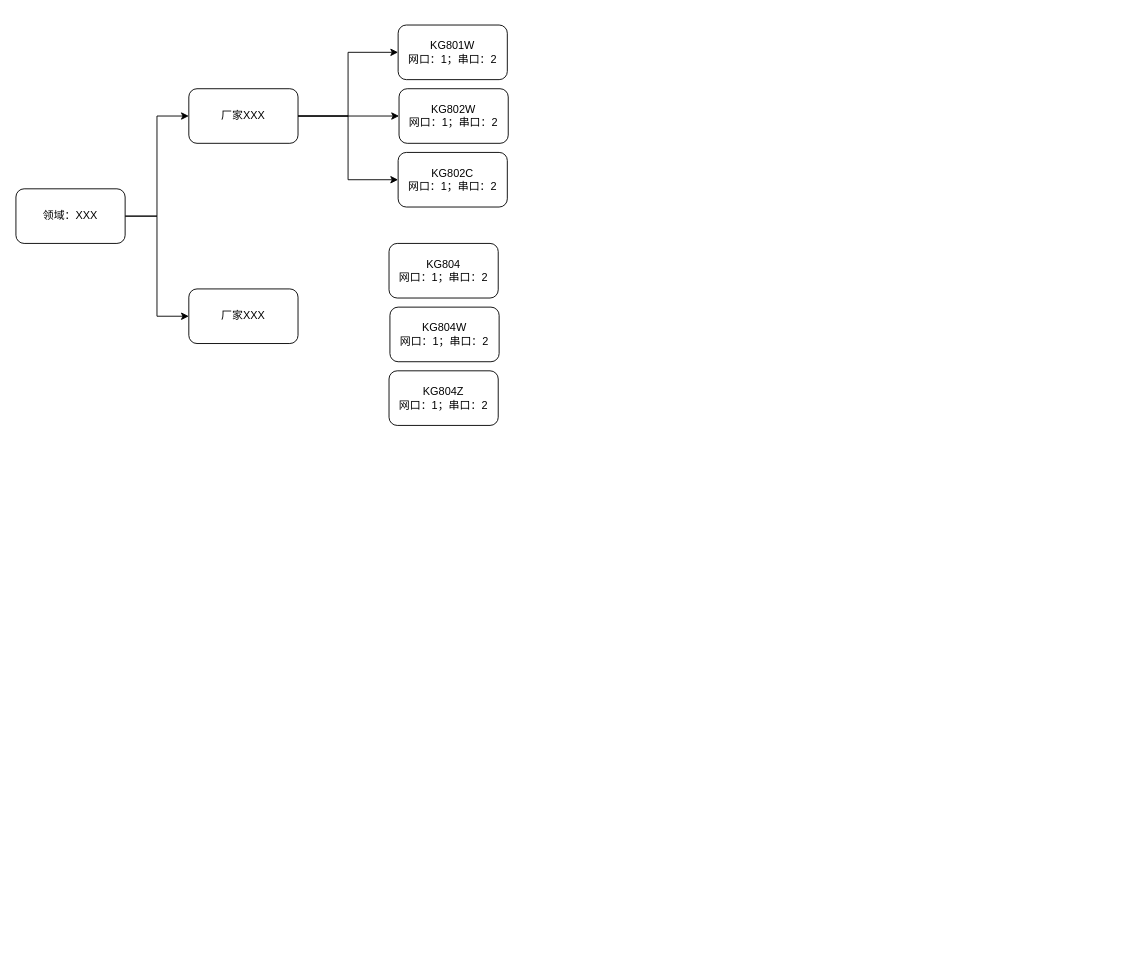
Above: 协议列表.drawio in foreverfirst/draw (draw.io), before the change. Source tidied: cells renumbered, new cells numbered last; positions are measured from the earlier drawing's top-left corner, leaving out a move shared by most shapes. Both pictures are drawn from the tidied source at 91%, with x=0, y=0 at pixel (15, 25).
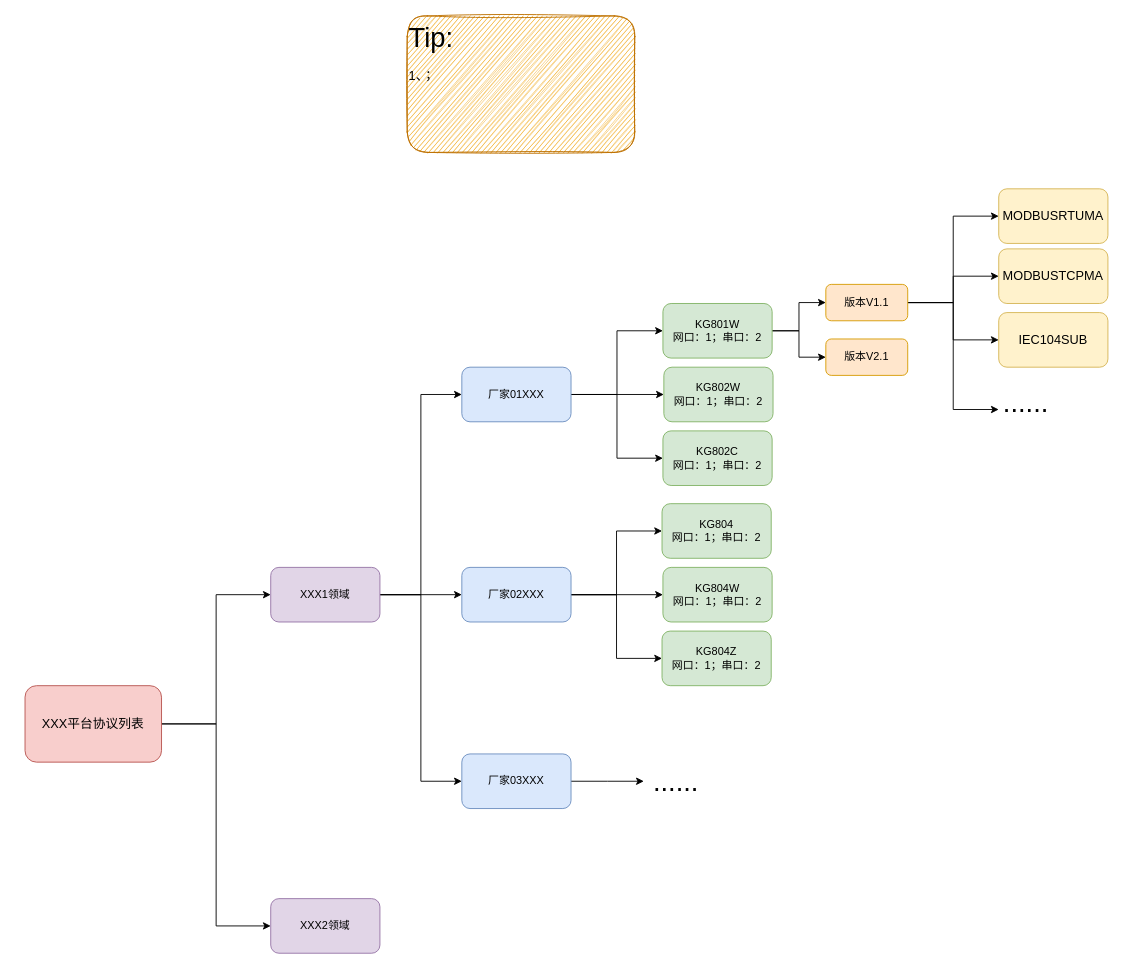
Above is the later version.

Commit message (it also covers changes not shown here):
更新协议列表.drawio

Diff of the diagram source:
```diff
@@
-    <mxCell id="5" value="厂家XXX" style="rounded=1;whiteSpace=wrap;html=1;" parent="1" vertex="1">
-      <mxGeometry x="190" y="70" width="120" height="60" as="geometry" />
+    <mxCell id="5" value="厂家01XXX" style="rounded=1;whiteSpace=wrap;html=1;fillColor=#dae8fc;strokeColor=#6c8ebf;" parent="1" vertex="1">
+      <mxGeometry x="490" y="376" width="120" height="60" as="geometry" />
     </mxCell>
@@
+    <mxCell id="17" style="edgeStyle=orthogonalEdgeStyle;rounded=0;jettySize=auto;html=1;exitX=1;exitY=0.5;exitDx=0;exitDy=0;entryX=0;entryY=0.5;entryDx=0;entryDy=0;" parent="1" edge="1" source="8" target="24">
+      <mxGeometry relative="1" as="geometry" />
+    </mxCell>
-    <mxCell id="8" value="领域：XXX" style="rounded=1;whiteSpace=wrap;html=1;" parent="1" vertex="1">
-      <mxGeometry y="180" width="120" height="60" as="geometry" />
+    <mxCell id="8" value="XXX1领域" style="rounded=1;whiteSpace=wrap;html=1;fillColor=#e1d5e7;strokeColor=#9673a6;" parent="1" vertex="1">
+      <mxGeometry x="280" y="596" width="120" height="60" as="geometry" />
     </mxCell>
+    <mxCell id="18" style="edgeStyle=orthogonalEdgeStyle;rounded=0;jettySize=auto;html=1;exitX=1;exitY=0.5;exitDx=0;exitDy=0;entryX=0;entryY=0.5;entryDx=0;entryDy=0;" parent="1" edge="1" source="9" target="14">
+      <mxGeometry relative="1" as="geometry" />
+    </mxCell>
+    <mxCell id="19" style="edgeStyle=orthogonalEdgeStyle;rounded=0;jettySize=auto;html=1;exitX=1;exitY=0.5;exitDx=0;exitDy=0;entryX=0;entryY=0.5;entryDx=0;entryDy=0;" parent="1" edge="1" source="9" target="15">
+      <mxGeometry relative="1" as="geometry" />
+    </mxCell>
+    <mxCell id="20" style="edgeStyle=orthogonalEdgeStyle;rounded=0;jettySize=auto;html=1;exitX=1;exitY=0.5;exitDx=0;exitDy=0;entryX=0;entryY=0.5;entryDx=0;entryDy=0;" parent="1" edge="1" source="9" target="16">
+      <mxGeometry relative="1" as="geometry" />
+    </mxCell>
-    <mxCell id="9" value="厂家XXX" style="rounded=1;whiteSpace=wrap;html=1;" parent="1" vertex="1">
-      <mxGeometry x="190" y="290" width="120" height="60" as="geometry" />
+    <mxCell id="9" value="厂家02XXX" style="rounded=1;whiteSpace=wrap;html=1;fillColor=#dae8fc;strokeColor=#6c8ebf;" parent="1" vertex="1">
+      <mxGeometry x="490" y="596" width="120" height="60" as="geometry" />
     </mxCell>
+    <mxCell id="21" style="edgeStyle=orthogonalEdgeStyle;rounded=0;jettySize=auto;html=1;exitX=1;exitY=0.5;exitDx=0;exitDy=0;entryX=0;entryY=0.5;entryDx=0;entryDy=0;fontSize=30;" parent="1" edge="1" source="10" target="34">
+      <mxGeometry relative="1" as="geometry" />
+    </mxCell>
+    <mxCell id="22" style="edgeStyle=orthogonalEdgeStyle;rounded=0;jettySize=auto;html=1;exitX=1;exitY=0.5;exitDx=0;exitDy=0;entryX=0;entryY=0.5;entryDx=0;entryDy=0;fontSize=30;" parent="1" edge="1" source="10" target="35">
+      <mxGeometry relative="1" as="geometry" />
+    </mxCell>
-    <mxCell id="10" value="KG801W&lt;br&gt;网口：1；串口：2" style="rounded=1;whiteSpace=wrap;html=1;" parent="1" vertex="1">
-      <mxGeometry x="420" width="120" height="60" as="geometry" />
+    <mxCell id="10" value="KG801W&lt;br&gt;网口：1；串口：2" style="rounded=1;whiteSpace=wrap;html=1;fillColor=#d5e8d4;strokeColor=#82b366;" parent="1" vertex="1">
+      <mxGeometry x="711" y="306" width="120" height="60" as="geometry" />
     </mxCell>
-    <mxCell id="11" value="&lt;span style=&quot;text-align: left;&quot;&gt;KG802W&lt;br&gt;&lt;/span&gt;网口：1；串口：2&lt;span style=&quot;text-align: left;&quot;&gt;&lt;br&gt;&lt;/span&gt;" style="rounded=1;whiteSpace=wrap;html=1;" parent="1" vertex="1">
-      <mxGeometry x="421" y="70" width="120" height="60" as="geometry" />
+    <mxCell id="11" value="&lt;span style=&quot;text-align: left;&quot;&gt;KG802W&lt;br&gt;&lt;/span&gt;网口：1；串口：2&lt;span style=&quot;text-align: left;&quot;&gt;&lt;br&gt;&lt;/span&gt;" style="rounded=1;whiteSpace=wrap;html=1;fillColor=#d5e8d4;strokeColor=#82b366;" parent="1" vertex="1">
+      <mxGeometry x="712" y="376" width="120" height="60" as="geometry" />
     </mxCell>
-    <mxCell id="12" value="&lt;div style=&quot;&quot;&gt;&lt;span style=&quot;background-color: initial;&quot;&gt;KG802C&lt;/span&gt;&lt;/div&gt;&lt;div style=&quot;&quot;&gt;&lt;span style=&quot;&quot;&gt;网口：1；串口：2&lt;/span&gt;&lt;span style=&quot;background-color: initial;&quot;&gt;&lt;br&gt;&lt;/span&gt;&lt;/div&gt;" style="rounded=1;whiteSpace=wrap;html=1;" parent="1" vertex="1">
-      <mxGeometry x="420" y="140" width="120" height="60" as="geometry" />
+    <mxCell id="12" value="&lt;div style=&quot;&quot;&gt;&lt;span style=&quot;background-color: initial;&quot;&gt;KG802C&lt;/span&gt;&lt;/div&gt;&lt;div style=&quot;&quot;&gt;&lt;span style=&quot;&quot;&gt;网口：1；串口：2&lt;/span&gt;&lt;span style=&quot;background-color: initial;&quot;&gt;&lt;br&gt;&lt;/span&gt;&lt;/div&gt;" style="rounded=1;whiteSpace=wrap;html=1;fillColor=#d5e8d4;strokeColor=#82b366;" parent="1" vertex="1">
+      <mxGeometry x="711" y="446" width="120" height="60" as="geometry" />
     </mxCell>
-    <mxCell id="13" value="&lt;br&gt;&lt;br&gt;" style="text;whiteSpace=wrap;html=1;" parent="1" vertex="1">
-      <mxGeometry x="520" y="460" width="80" height="70" as="geometry" />
-    </mxCell>
-    <mxCell id="14" value="&lt;span style=&quot;text-align: left;&quot;&gt;KG804&lt;/span&gt;&lt;br&gt;网口：1；串口：2" style="rounded=1;whiteSpace=wrap;html=1;" parent="1" vertex="1">
-      <mxGeometry x="410" y="240" width="120" height="60" as="geometry" />
+    <mxCell id="14" value="&lt;span style=&quot;text-align: left;&quot;&gt;KG804&lt;/span&gt;&lt;br&gt;网口：1；串口：2" style="rounded=1;whiteSpace=wrap;html=1;fillColor=#d5e8d4;strokeColor=#82b366;" parent="1" vertex="1">
+      <mxGeometry x="710" y="526" width="120" height="60" as="geometry" />
     </mxCell>
-    <mxCell id="15" value="&lt;span style=&quot;text-align: left;&quot;&gt;KG804W&lt;/span&gt;&lt;span style=&quot;text-align: left;&quot;&gt;&lt;br&gt;&lt;/span&gt;网口：1；串口：2&lt;span style=&quot;text-align: left;&quot;&gt;&lt;br&gt;&lt;/span&gt;" style="rounded=1;whiteSpace=wrap;html=1;" parent="1" vertex="1">
-      <mxGeometry x="411" y="310" width="120" height="60" as="geometry" />
+    <mxCell id="15" value="&lt;span style=&quot;text-align: left;&quot;&gt;KG804W&lt;/span&gt;&lt;span style=&quot;text-align: left;&quot;&gt;&lt;br&gt;&lt;/span&gt;网口：1；串口：2&lt;span style=&quot;text-align: left;&quot;&gt;&lt;br&gt;&lt;/span&gt;" style="rounded=1;whiteSpace=wrap;html=1;fillColor=#d5e8d4;strokeColor=#82b366;" parent="1" vertex="1">
+      <mxGeometry x="711" y="596" width="120" height="60" as="geometry" />
     </mxCell>
-    <mxCell id="16" value="&lt;div style=&quot;&quot;&gt;&lt;span style=&quot;text-align: left;&quot;&gt;KG804Z&lt;/span&gt;&lt;br&gt;&lt;/div&gt;&lt;div style=&quot;&quot;&gt;&lt;span style=&quot;&quot;&gt;网口：1；串口：2&lt;/span&gt;&lt;span style=&quot;background-color: initial;&quot;&gt;&lt;br&gt;&lt;/span&gt;&lt;/div&gt;" style="rounded=1;whiteSpace=wrap;html=1;" parent="1" vertex="1">
-      <mxGeometry x="410" y="380" width="120" height="60" as="geometry" />
+    <mxCell id="16" value="&lt;div style=&quot;&quot;&gt;&lt;span style=&quot;text-align: left;&quot;&gt;KG804Z&lt;/span&gt;&lt;br&gt;&lt;/div&gt;&lt;div style=&quot;&quot;&gt;&lt;span style=&quot;&quot;&gt;网口：1；串口：2&lt;/span&gt;&lt;span style=&quot;background-color: initial;&quot;&gt;&lt;br&gt;&lt;/span&gt;&lt;/div&gt;" style="rounded=1;whiteSpace=wrap;html=1;fillColor=#d5e8d4;strokeColor=#82b366;" parent="1" vertex="1">
+      <mxGeometry x="710" y="666" width="120" height="60" as="geometry" />
     </mxCell>
+    <mxCell id="23" style="edgeStyle=orthogonalEdgeStyle;rounded=0;jettySize=auto;html=1;" parent="1" edge="1" source="24">
+      <mxGeometry relative="1" as="geometry">
+        <mxPoint x="690" y="831" as="targetPoint" />
+      </mxGeometry>
+    </mxCell>
+    <mxCell id="24" value="厂家03XXX" style="rounded=1;whiteSpace=wrap;html=1;fillColor=#dae8fc;strokeColor=#6c8ebf;" parent="1" vertex="1">
+      <mxGeometry x="490" y="801" width="120" height="60" as="geometry" />
+    </mxCell>
+    <mxCell id="25" value="......" style="text;html=1;align=center;verticalAlign=middle;strokeColor=none;fillColor=none;fontSize=30;" parent="1" vertex="1">
+      <mxGeometry x="690" y="806" width="70" height="50" as="geometry" />
+    </mxCell>
+    <mxCell id="26" style="edgeStyle=orthogonalEdgeStyle;rounded=0;jettySize=auto;html=1;exitX=1;exitY=0.5;exitDx=0;exitDy=0;entryX=0;entryY=0.5;entryDx=0;entryDy=0;fontSize=14;" parent="1" edge="1" source="34" target="30">
+      <mxGeometry relative="1" as="geometry" />
+    </mxCell>
+    <mxCell id="27" style="edgeStyle=orthogonalEdgeStyle;rounded=0;jettySize=auto;html=1;exitX=1;exitY=0.5;exitDx=0;exitDy=0;entryX=0;entryY=0.5;entryDx=0;entryDy=0;fontSize=14;" parent="1" edge="1" source="34" target="31">
+      <mxGeometry relative="1" as="geometry" />
+    </mxCell>
+    <mxCell id="28" style="edgeStyle=orthogonalEdgeStyle;rounded=0;jettySize=auto;html=1;exitX=1;exitY=0.5;exitDx=0;exitDy=0;entryX=0;entryY=0.5;entryDx=0;entryDy=0;fontSize=14;" parent="1" edge="1" source="34" target="32">
+      <mxGeometry relative="1" as="geometry" />
+    </mxCell>
+    <mxCell id="29" style="edgeStyle=orthogonalEdgeStyle;rounded=0;jettySize=auto;html=1;exitX=1;exitY=0.5;exitDx=0;exitDy=0;entryX=0;entryY=0.75;entryDx=0;entryDy=0;fontSize=14;" parent="1" edge="1" source="34" target="33">
+      <mxGeometry relative="1" as="geometry" />
+    </mxCell>
+    <mxCell id="30" value="MODBUSRTUMA" style="rounded=1;whiteSpace=wrap;html=1;fontSize=14;fillColor=#fff2cc;strokeColor=#d6b656;" parent="1" vertex="1">
+      <mxGeometry x="1080" y="180" width="120" height="60" as="geometry" />
+    </mxCell>
+    <mxCell id="31" value="MODBUSTCPMA" style="rounded=1;whiteSpace=wrap;html=1;fontSize=14;fillColor=#fff2cc;strokeColor=#d6b656;" parent="1" vertex="1">
+      <mxGeometry x="1080" y="246" width="120" height="60" as="geometry" />
+    </mxCell>
+    <mxCell id="32" value="&lt;span style=&quot;text-align: left;&quot;&gt;IEC104SUB&lt;/span&gt;" style="rounded=1;whiteSpace=wrap;html=1;fontSize=14;fillColor=#fff2cc;strokeColor=#d6b656;" parent="1" vertex="1">
+      <mxGeometry x="1080" y="316" width="120" height="60" as="geometry" />
+    </mxCell>
+    <mxCell id="33" value="......" style="text;html=1;strokeColor=none;fillColor=none;align=center;verticalAlign=middle;whiteSpace=wrap;rounded=0;fontSize=30;" parent="1" vertex="1">
+      <mxGeometry x="1080" y="400" width="60" height="30" as="geometry" />
+    </mxCell>
+    <mxCell id="34" value="版本V1.1" style="rounded=1;whiteSpace=wrap;html=1;fillColor=#ffe6cc;strokeColor=#d79b00;" parent="1" vertex="1">
+      <mxGeometry x="890" y="285" width="90" height="40" as="geometry" />
+    </mxCell>
+    <mxCell id="35" value="版本V2.1" style="rounded=1;whiteSpace=wrap;html=1;fillColor=#ffe6cc;strokeColor=#d79b00;" parent="1" vertex="1">
+      <mxGeometry x="890" y="345" width="90" height="40" as="geometry" />
+    </mxCell>
+    <mxCell id="36" value="Tip:&lt;br&gt;&lt;font style=&quot;font-size: 14px;&quot;&gt;1、；&lt;/font&gt;" style="text;html=1;strokeColor=#BD7000;fillColor=#f0a30a;align=left;verticalAlign=top;whiteSpace=wrap;rounded=1;fontSize=30;fontColor=#000000;sketch=1;shadow=0;glass=0;strokeWidth=1;" parent="1" vertex="1">
+      <mxGeometry x="430" y="-10" width="250" height="150" as="geometry" />
+    </mxCell>
+    <mxCell id="37" value="XXX2领域" style="rounded=1;whiteSpace=wrap;html=1;fillColor=#e1d5e7;strokeColor=#9673a6;" parent="1" vertex="1">
+      <mxGeometry x="280" y="960" width="120" height="60" as="geometry" />
+    </mxCell>
+    <mxCell id="38" style="edgeStyle=orthogonalEdgeStyle;rounded=0;jettySize=auto;html=1;exitX=1;exitY=0.5;exitDx=0;exitDy=0;entryX=0;entryY=0.5;entryDx=0;entryDy=0;fontSize=14;" parent="1" edge="1" source="40" target="8">
+      <mxGeometry relative="1" as="geometry" />
+    </mxCell>
+    <mxCell id="39" style="edgeStyle=orthogonalEdgeStyle;rounded=0;jettySize=auto;html=1;exitX=1;exitY=0.5;exitDx=0;exitDy=0;entryX=0;entryY=0.5;entryDx=0;entryDy=0;fontSize=14;" parent="1" edge="1" source="40" target="37">
+      <mxGeometry relative="1" as="geometry" />
+    </mxCell>
+    <mxCell id="40" value="XXX平台协议列表" style="rounded=1;whiteSpace=wrap;html=1;shadow=0;glass=0;sketch=0;strokeWidth=1;fontSize=14;fillColor=#f8cecc;strokeColor=#b85450;" parent="1" vertex="1">
+      <mxGeometry x="10" y="726" width="150" height="84" as="geometry" />
+    </mxCell>
```
